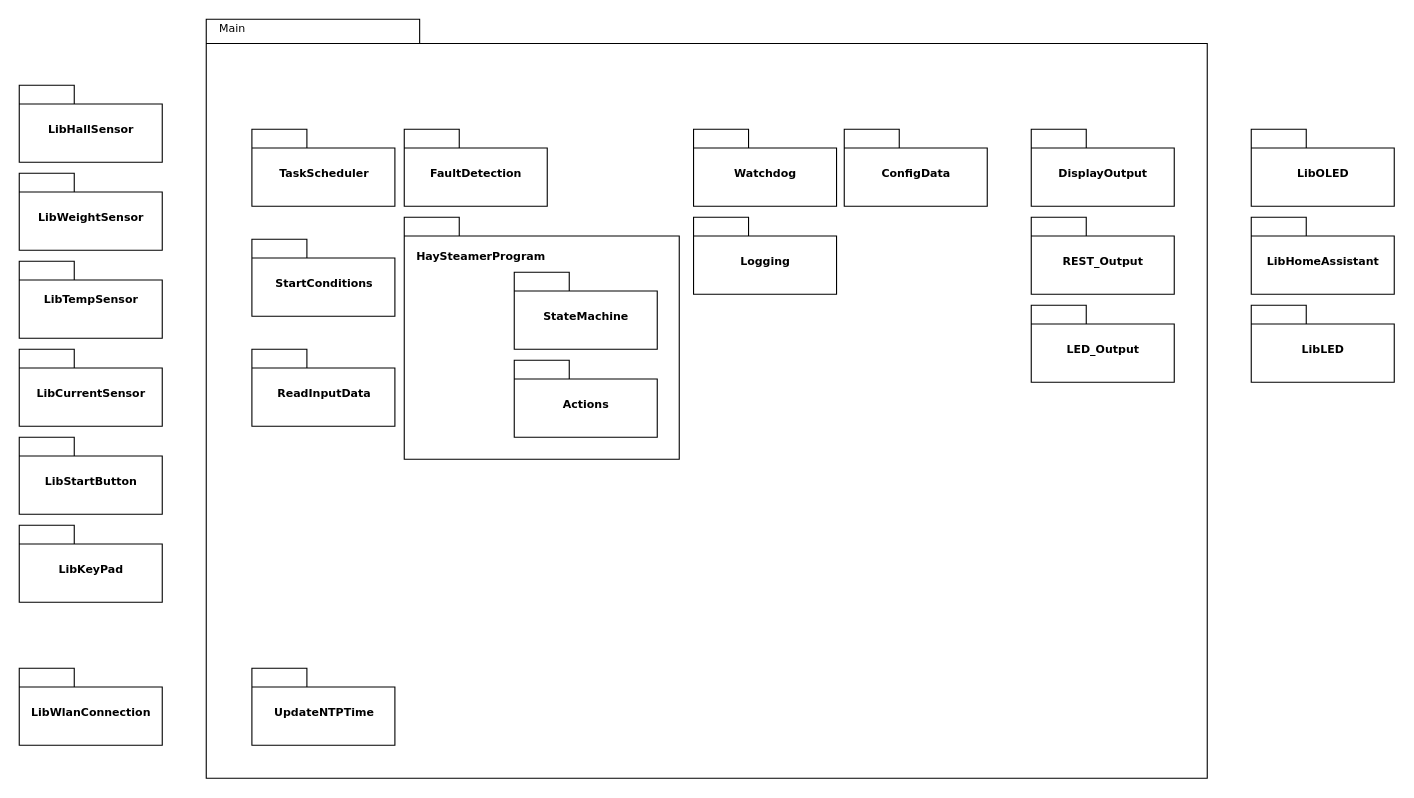
RoadRunner-2/HaySteamerTemperatureControl keeps this draw.io diagram as BlockDiagramOverview.drawio. Above is the earlier version. Source tidied: cells renumbered, new cells numbered last; positions are measured from the earlier drawing's top-left corner, leaving out a move shared by most shapes. Both pictures are drawn from the tidied source at 110%, with x=0, y=0 at pixel (19, 19).
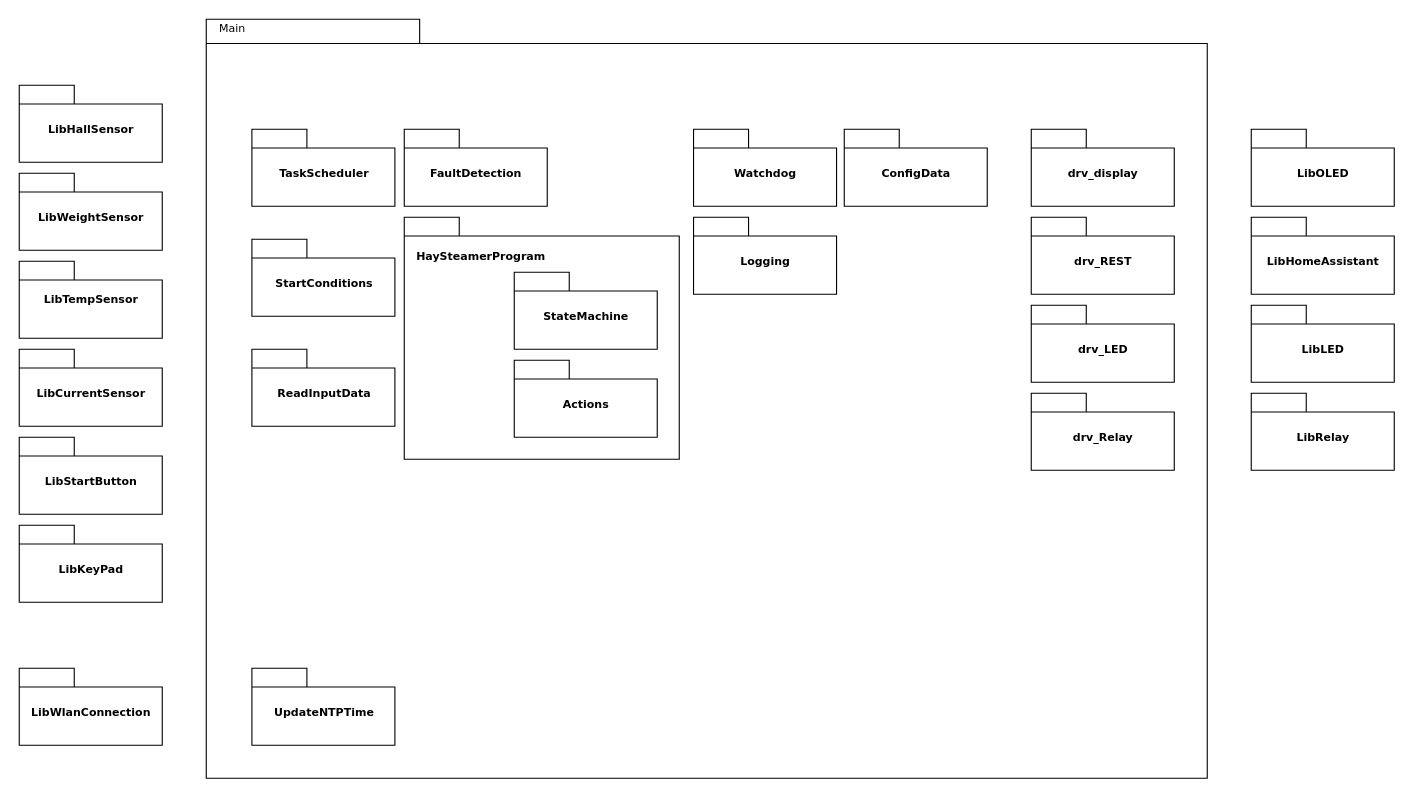
The same page after the edit.

Unchanged cells that the change refers to:
```xml
<mxCell id="30" style="group;" parent="1" vertex="1">
  <mxGeometry x="920" y="100" width="130" height="70" as="geometry" />
</mxCell>
```

What changed in the source:
```diff
@@
-    <mxCell id="20" value="REST_Output" style="shape=folder;fontStyle=1;spacingTop=10;tabWidth=50;tabHeight=17;tabPosition=left;html=1;rounded=0;shadow=0;comic=0;labelBackgroundColor=none;strokeWidth=1;fontFamily=Verdana;fontSize=10;align=center;" parent="1" vertex="1">
+    <mxCell id="20" value="drv_REST" style="shape=folder;fontStyle=1;spacingTop=10;tabWidth=50;tabHeight=17;tabPosition=left;html=1;rounded=0;shadow=0;comic=0;labelBackgroundColor=none;strokeWidth=1;fontFamily=Verdana;fontSize=10;align=center;" parent="1" vertex="1">
       <mxGeometry x="920" y="180" width="130" height="70" as="geometry" />
     </mxCell>
@@
-    <mxCell id="31" value="DisplayOutput" style="shape=folder;fontStyle=1;spacingTop=10;tabWidth=50;tabHeight=17;tabPosition=left;html=1;rounded=0;shadow=0;comic=0;labelBackgroundColor=none;strokeWidth=1;fontFamily=Verdana;fontSize=10;align=center;" parent="30" vertex="1">
+    <mxCell id="31" value="drv_display" style="shape=folder;fontStyle=1;spacingTop=10;tabWidth=50;tabHeight=17;tabPosition=left;html=1;rounded=0;shadow=0;comic=0;labelBackgroundColor=none;strokeWidth=1;fontFamily=Verdana;fontSize=10;align=center;" parent="30" vertex="1">
       <mxGeometry width="130" height="70" as="geometry" />
     </mxCell>
@@
-    <mxCell id="34" value="LED_Output" style="shape=folder;fontStyle=1;spacingTop=10;tabWidth=50;tabHeight=17;tabPosition=left;html=1;rounded=0;shadow=0;comic=0;labelBackgroundColor=none;strokeWidth=1;fontFamily=Verdana;fontSize=10;align=center;" parent="1" vertex="1">
-      <mxGeometry x="920" y="260" width="130" height="70" as="geometry" />
+    <mxCell id="34" value="drv_Relay" style="shape=folder;fontStyle=1;spacingTop=10;tabWidth=50;tabHeight=17;tabPosition=left;html=1;rounded=0;shadow=0;comic=0;labelBackgroundColor=none;strokeWidth=1;fontFamily=Verdana;fontSize=10;align=center;" parent="1" vertex="1">
+      <mxGeometry x="920" y="340" width="130" height="70" as="geometry" />
     </mxCell>
@@
+    <mxCell id="43" value="&lt;div&gt;LibRelay&lt;/div&gt;" style="shape=folder;fontStyle=1;spacingTop=10;tabWidth=50;tabHeight=17;tabPosition=left;html=1;rounded=0;shadow=0;comic=0;labelBackgroundColor=none;strokeWidth=1;fontFamily=Verdana;fontSize=10;align=center;" parent="1" vertex="1">
+      <mxGeometry x="1120" y="340" width="130" height="70" as="geometry" />
+    </mxCell>
+    <mxCell id="44" value="drv_LED" style="shape=folder;fontStyle=1;spacingTop=10;tabWidth=50;tabHeight=17;tabPosition=left;html=1;rounded=0;shadow=0;comic=0;labelBackgroundColor=none;strokeWidth=1;fontFamily=Verdana;fontSize=10;align=center;" parent="1" vertex="1">
+      <mxGeometry x="920" y="260" width="130" height="70" as="geometry" />
+    </mxCell>
```
